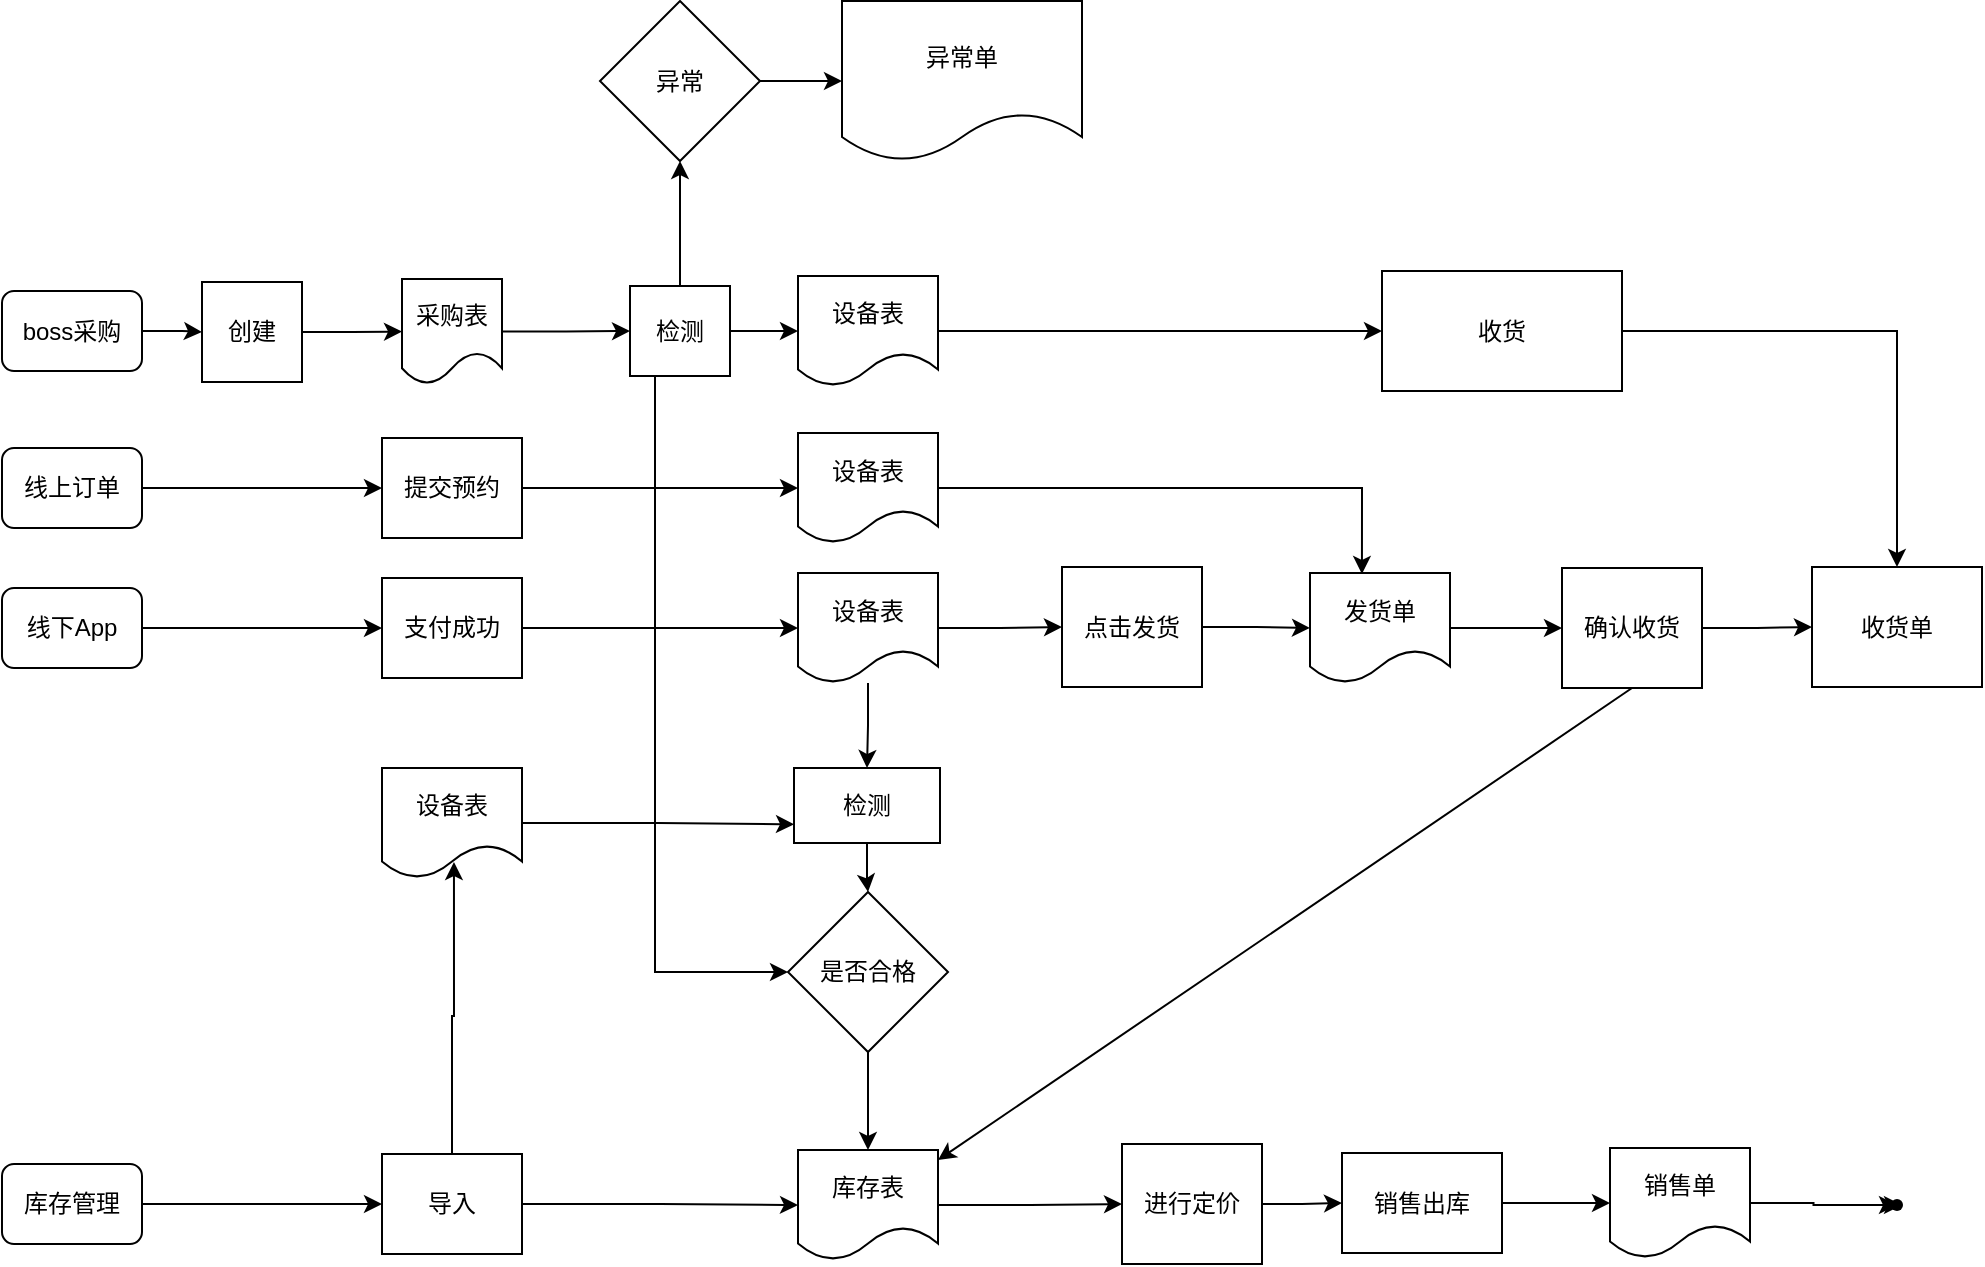
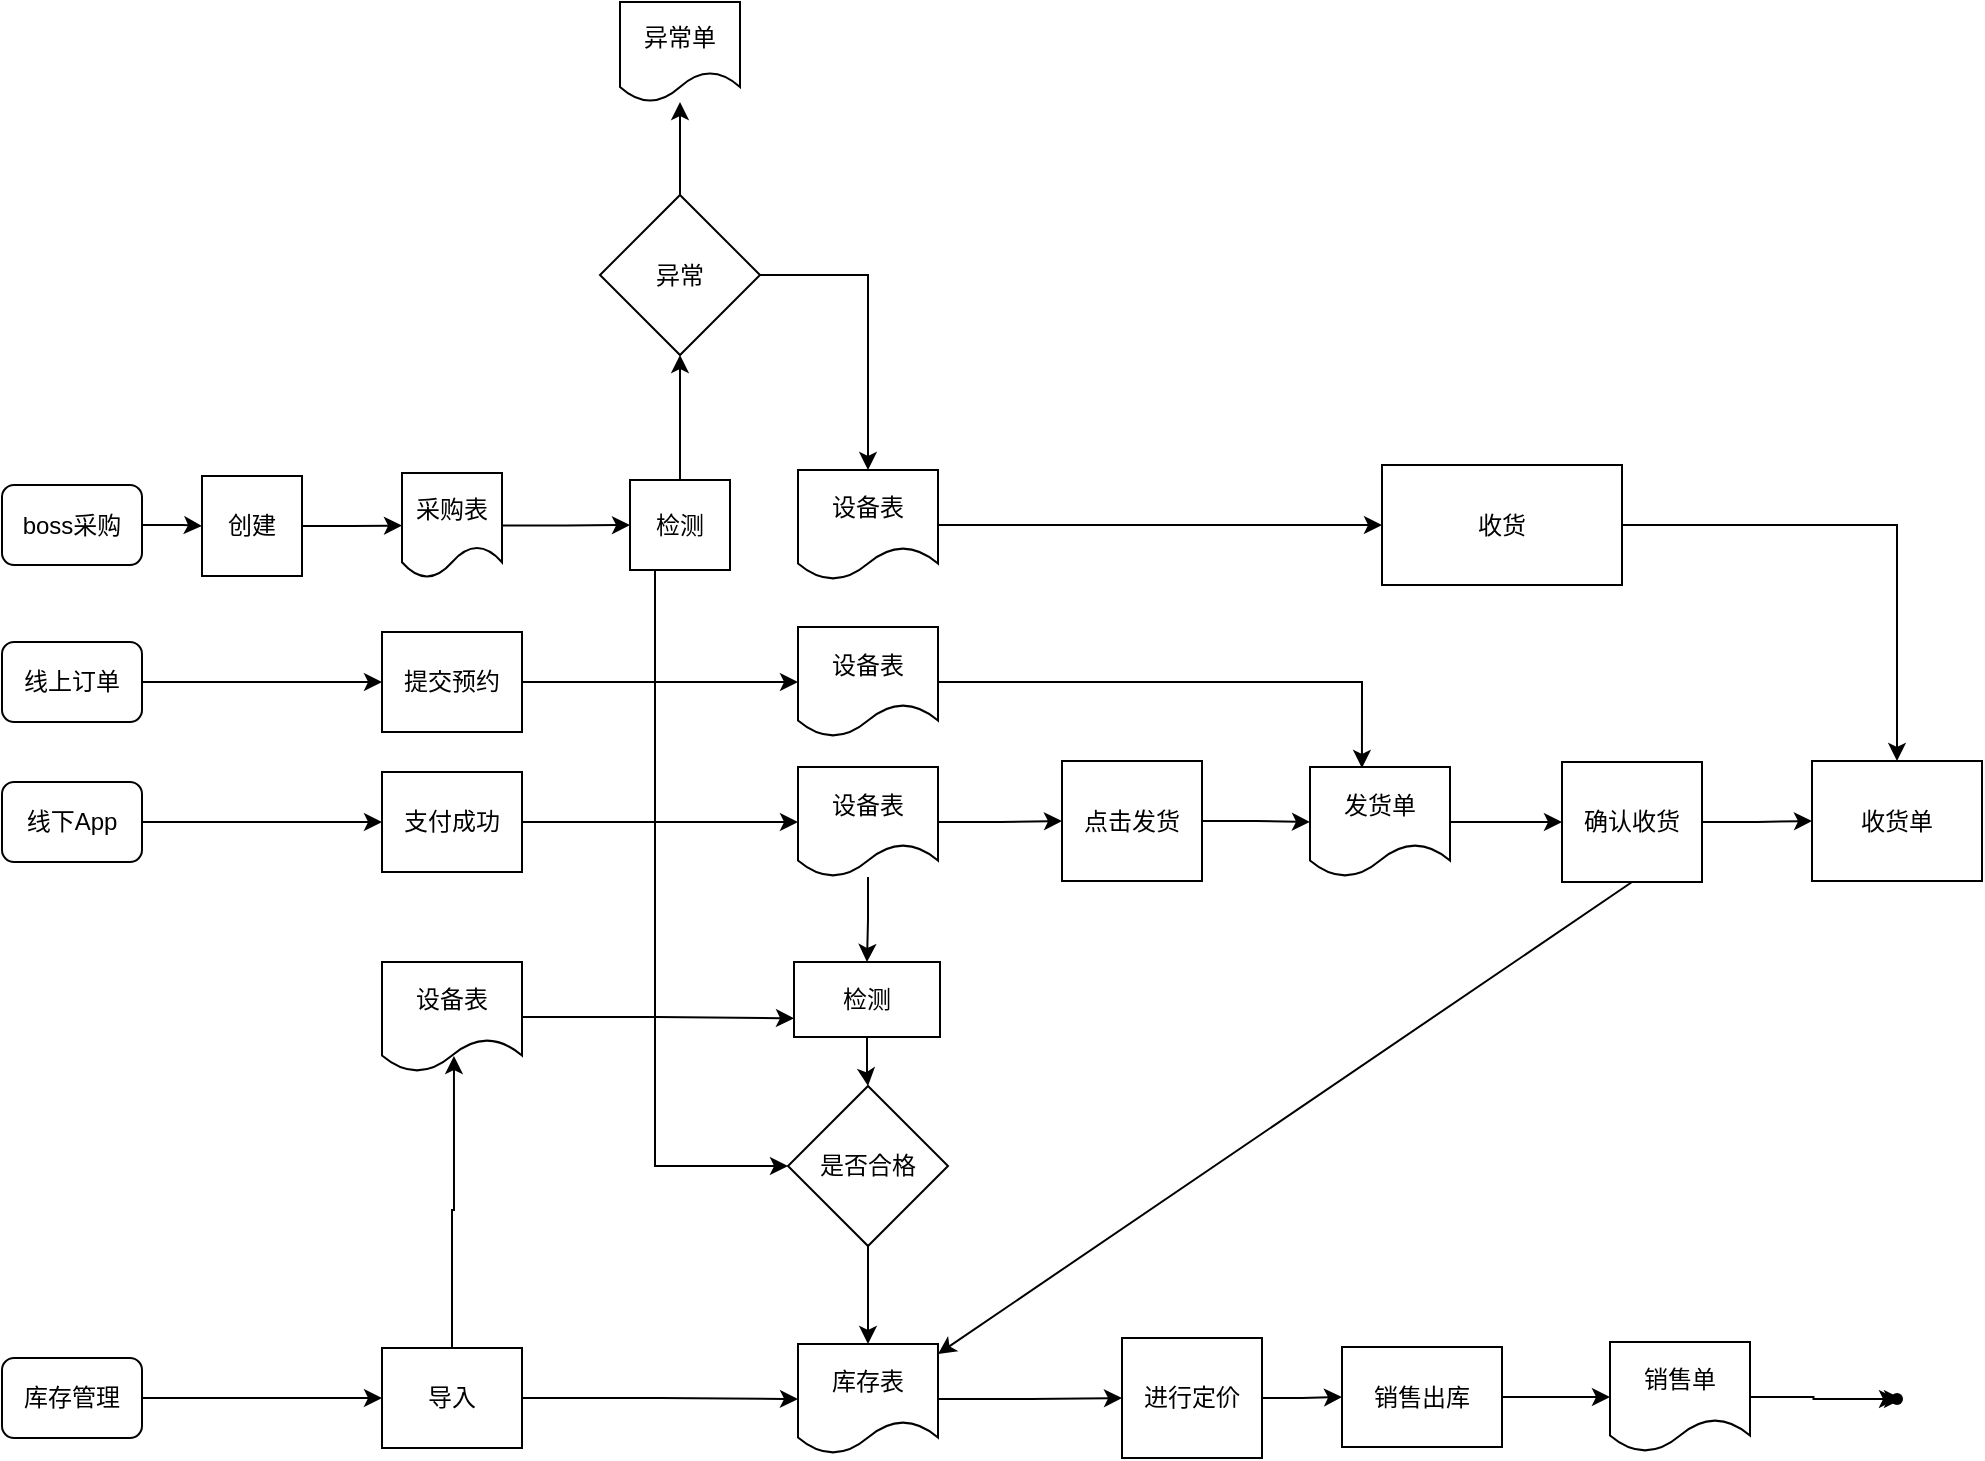
<mxfile host="app.diagrams.net">
  <diagram name="第 1 页" id="s3CgnVwbfZmktE_ADOAM">
    <mxGraphModel dx="1414" dy="1899" grid="1" gridSize="10" guides="1" tooltips="1" connect="1" arrows="1" fold="1" page="1" pageScale="1" pageWidth="827" pageHeight="1169" math="0" shadow="0">
      <root>
        <mxCell id="0" />
        <mxCell id="1" parent="0" />
        <mxCell id="9bAV4iDaCewVaVFpZhyE-6" edge="1" parent="1" source="9bAV4iDaCewVaVFpZhyE-1" style="edgeStyle=orthogonalEdgeStyle;rounded=0;orthogonalLoop=1;jettySize=auto;html=1;entryX=0;entryY=0.5;entryDx=0;entryDy=0;" target="9bAV4iDaCewVaVFpZhyE-5">
          <mxGeometry relative="1" as="geometry" />
        </mxCell>
        <mxCell id="9bAV4iDaCewVaVFpZhyE-1" parent="1" style="rounded=1;whiteSpace=wrap;html=1;" value="线上订单" vertex="1">
          <mxGeometry height="40" width="70" x="100" y="200" as="geometry" />
        </mxCell>
        <mxCell id="9bAV4iDaCewVaVFpZhyE-8" edge="1" parent="1" source="9bAV4iDaCewVaVFpZhyE-2" style="edgeStyle=orthogonalEdgeStyle;rounded=0;orthogonalLoop=1;jettySize=auto;html=1;entryX=0;entryY=0.5;entryDx=0;entryDy=0;" target="9bAV4iDaCewVaVFpZhyE-7">
          <mxGeometry relative="1" as="geometry" />
        </mxCell>
        <mxCell id="9bAV4iDaCewVaVFpZhyE-2" parent="1" style="rounded=1;whiteSpace=wrap;html=1;" value="线下App" vertex="1">
          <mxGeometry height="40" width="70" x="100" y="270" as="geometry" />
        </mxCell>
        <mxCell id="9bAV4iDaCewVaVFpZhyE-18" edge="1" parent="1" source="9bAV4iDaCewVaVFpZhyE-4" style="edgeStyle=orthogonalEdgeStyle;rounded=0;orthogonalLoop=1;jettySize=auto;html=1;entryX=0;entryY=0.5;entryDx=0;entryDy=0;" target="9bAV4iDaCewVaVFpZhyE-17">
          <mxGeometry relative="1" as="geometry" />
        </mxCell>
        <mxCell id="9bAV4iDaCewVaVFpZhyE-4" parent="1" style="rounded=1;whiteSpace=wrap;html=1;" value="boss采购" vertex="1">
          <mxGeometry height="40" width="70" x="100" y="121.5" as="geometry" />
        </mxCell>
        <mxCell id="9bAV4iDaCewVaVFpZhyE-13" edge="1" parent="1" source="9bAV4iDaCewVaVFpZhyE-5" style="edgeStyle=orthogonalEdgeStyle;rounded=0;orthogonalLoop=1;jettySize=auto;html=1;entryX=0;entryY=0.5;entryDx=0;entryDy=0;" target="9bAV4iDaCewVaVFpZhyE-10">
          <mxGeometry relative="1" as="geometry" />
        </mxCell>
        <mxCell id="9bAV4iDaCewVaVFpZhyE-5" parent="1" style="rounded=0;whiteSpace=wrap;html=1;" value="提交预约" vertex="1">
          <mxGeometry height="50" width="70" x="290" y="195" as="geometry" />
        </mxCell>
        <mxCell id="9bAV4iDaCewVaVFpZhyE-14" edge="1" parent="1" source="9bAV4iDaCewVaVFpZhyE-7" style="edgeStyle=orthogonalEdgeStyle;rounded=0;orthogonalLoop=1;jettySize=auto;html=1;entryX=0;entryY=0.5;entryDx=0;entryDy=0;" target="9bAV4iDaCewVaVFpZhyE-11">
          <mxGeometry relative="1" as="geometry" />
        </mxCell>
        <mxCell id="9bAV4iDaCewVaVFpZhyE-7" parent="1" style="rounded=0;whiteSpace=wrap;html=1;" value="支付成功" vertex="1">
          <mxGeometry height="50" width="70" x="290" y="265" as="geometry" />
        </mxCell>
-         <mxCell id="9bAV4iDaCewVaVFpZhyE-15" edge="1" parent="1" source="9bAV4iDaCewVaVFpZhyE-9" style="edgeStyle=orthogonalEdgeStyle;rounded=0;orthogonalLoop=1;jettySize=auto;html=1;entryX=0;entryY=0.5;entryDx=0;entryDy=0;exitX=1;exitY=0.5;exitDx=0;exitDy=0;" target="9bAV4iDaCewVaVFpZhyE-12">
-           <mxGeometry relative="1" as="geometry">
-             <mxPoint x="478" y="137" as="sourcePoint" />
-           </mxGeometry>
-         </mxCell>
        <mxCell id="GVKssT9AvyQaVMVPeHK4-17" edge="1" parent="1" source="9bAV4iDaCewVaVFpZhyE-9" style="edgeStyle=orthogonalEdgeStyle;rounded=0;orthogonalLoop=1;jettySize=auto;html=1;entryX=0;entryY=0.5;entryDx=0;entryDy=0;exitX=0.25;exitY=1;exitDx=0;exitDy=0;" target="GVKssT9AvyQaVMVPeHK4-10">
          <mxGeometry relative="1" as="geometry">
            <mxPoint x="413.5" y="161.5" as="sourcePoint" />
            <mxPoint x="438.5" y="482" as="targetPoint" />
          </mxGeometry>
        </mxCell>
        <mxCell id="GVKssT9AvyQaVMVPeHK4-57" edge="1" parent="1" source="9bAV4iDaCewVaVFpZhyE-9" style="edgeStyle=orthogonalEdgeStyle;rounded=0;orthogonalLoop=1;jettySize=auto;html=1;" target="GVKssT9AvyQaVMVPeHK4-56" value="">
          <mxGeometry relative="1" as="geometry" />
        </mxCell>
        <mxCell id="9bAV4iDaCewVaVFpZhyE-9" parent="1" style="rounded=0;whiteSpace=wrap;html=1;" value="检测" vertex="1">
          <mxGeometry height="45" width="50" x="414" y="119" as="geometry" />
        </mxCell>
        <mxCell id="9bAV4iDaCewVaVFpZhyE-10" parent="1" style="shape=document;whiteSpace=wrap;html=1;boundedLbl=1;" value="设备表" vertex="1">
          <mxGeometry height="55" width="70" x="498" y="192.5" as="geometry" />
        </mxCell>
        <mxCell id="GVKssT9AvyQaVMVPeHK4-16" edge="1" parent="1" source="9bAV4iDaCewVaVFpZhyE-11" style="edgeStyle=orthogonalEdgeStyle;rounded=0;orthogonalLoop=1;jettySize=auto;html=1;entryX=0.5;entryY=0;entryDx=0;entryDy=0;" target="GVKssT9AvyQaVMVPeHK4-11">
          <mxGeometry relative="1" as="geometry" />
        </mxCell>
        <mxCell id="GVKssT9AvyQaVMVPeHK4-46" edge="1" parent="1" source="9bAV4iDaCewVaVFpZhyE-11" style="edgeStyle=orthogonalEdgeStyle;rounded=0;orthogonalLoop=1;jettySize=auto;html=1;entryX=0;entryY=0.5;entryDx=0;entryDy=0;" target="GVKssT9AvyQaVMVPeHK4-45">
          <mxGeometry relative="1" as="geometry" />
        </mxCell>
        <mxCell id="9bAV4iDaCewVaVFpZhyE-11" parent="1" style="shape=document;whiteSpace=wrap;html=1;boundedLbl=1;" value="设备表" vertex="1">
          <mxGeometry height="55" width="70" x="498" y="262.5" as="geometry" />
        </mxCell>
        <mxCell id="GVKssT9AvyQaVMVPeHK4-54" edge="1" parent="1" source="9bAV4iDaCewVaVFpZhyE-12" style="edgeStyle=orthogonalEdgeStyle;rounded=0;orthogonalLoop=1;jettySize=auto;html=1;" target="GVKssT9AvyQaVMVPeHK4-53" value="">
          <mxGeometry relative="1" as="geometry" />
        </mxCell>
        <mxCell id="9bAV4iDaCewVaVFpZhyE-12" parent="1" style="shape=document;whiteSpace=wrap;html=1;boundedLbl=1;" value="设备表" vertex="1">
          <mxGeometry height="55" width="70" x="498" y="114" as="geometry" />
        </mxCell>
        <mxCell id="9bAV4iDaCewVaVFpZhyE-20" edge="1" parent="1" source="9bAV4iDaCewVaVFpZhyE-17" style="edgeStyle=orthogonalEdgeStyle;rounded=0;orthogonalLoop=1;jettySize=auto;html=1;entryX=0;entryY=0.5;entryDx=0;entryDy=0;" target="9bAV4iDaCewVaVFpZhyE-19">
          <mxGeometry relative="1" as="geometry" />
        </mxCell>
        <mxCell id="9bAV4iDaCewVaVFpZhyE-17" parent="1" style="rounded=0;whiteSpace=wrap;html=1;" value="创建" vertex="1">
          <mxGeometry height="50" width="50" x="200" y="117" as="geometry" />
        </mxCell>
        <mxCell id="9bAV4iDaCewVaVFpZhyE-21" edge="1" parent="1" source="9bAV4iDaCewVaVFpZhyE-19" style="edgeStyle=orthogonalEdgeStyle;rounded=0;orthogonalLoop=1;jettySize=auto;html=1;entryX=0;entryY=0.5;entryDx=0;entryDy=0;" target="9bAV4iDaCewVaVFpZhyE-9">
          <mxGeometry relative="1" as="geometry" />
        </mxCell>
        <mxCell id="9bAV4iDaCewVaVFpZhyE-19" parent="1" style="shape=document;whiteSpace=wrap;html=1;boundedLbl=1;" value="采购表" vertex="1">
          <mxGeometry height="52.5" width="50" x="300" y="115.5" as="geometry" />
        </mxCell>
        <mxCell id="GVKssT9AvyQaVMVPeHK4-5" edge="1" parent="1" source="GVKssT9AvyQaVMVPeHK4-11" style="edgeStyle=orthogonalEdgeStyle;rounded=0;orthogonalLoop=1;jettySize=auto;html=1;entryX=0.5;entryY=0;entryDx=0;entryDy=0;" target="GVKssT9AvyQaVMVPeHK4-10" value="">
          <mxGeometry relative="1" as="geometry">
            <mxPoint x="780" y="252.5" as="sourcePoint" />
            <mxPoint x="700" y="370" as="targetPoint" />
          </mxGeometry>
        </mxCell>
        <mxCell id="GVKssT9AvyQaVMVPeHK4-12" edge="1" parent="1" source="GVKssT9AvyQaVMVPeHK4-10" style="edgeStyle=orthogonalEdgeStyle;rounded=0;orthogonalLoop=1;jettySize=auto;html=1;entryX=0.5;entryY=0;entryDx=0;entryDy=0;" target="GVKssT9AvyQaVMVPeHK4-13" value="">
          <mxGeometry relative="1" as="geometry">
            <mxPoint x="950" y="251.29999999999995" as="targetPoint" />
          </mxGeometry>
        </mxCell>
        <mxCell id="GVKssT9AvyQaVMVPeHK4-10" parent="1" style="rhombus;whiteSpace=wrap;html=1;" value="是否合格" vertex="1">
          <mxGeometry height="80" width="80" x="493" y="422" as="geometry" />
        </mxCell>
        <mxCell id="GVKssT9AvyQaVMVPeHK4-11" parent="1" style="rounded=0;whiteSpace=wrap;html=1;" value="&lt;span style=&quot;text-align: left;&quot;&gt;检测&lt;/span&gt;" vertex="1">
          <mxGeometry height="37.5" width="73" x="496" y="360" as="geometry" />
        </mxCell>
        <mxCell id="GVKssT9AvyQaVMVPeHK4-60" edge="1" parent="1" source="GVKssT9AvyQaVMVPeHK4-13" style="edgeStyle=orthogonalEdgeStyle;rounded=0;orthogonalLoop=1;jettySize=auto;html=1;" target="GVKssT9AvyQaVMVPeHK4-19" value="">
          <mxGeometry relative="1" as="geometry" />
        </mxCell>
        <mxCell id="GVKssT9AvyQaVMVPeHK4-13" parent="1" style="shape=document;whiteSpace=wrap;html=1;boundedLbl=1;" value="库存表" vertex="1">
          <mxGeometry height="55" width="70" x="498" y="551" as="geometry" />
        </mxCell>
        <mxCell id="GVKssT9AvyQaVMVPeHK4-22" edge="1" parent="1" source="GVKssT9AvyQaVMVPeHK4-19" style="edgeStyle=orthogonalEdgeStyle;rounded=0;orthogonalLoop=1;jettySize=auto;html=1;" target="GVKssT9AvyQaVMVPeHK4-21" value="">
          <mxGeometry relative="1" as="geometry" />
        </mxCell>
        <mxCell id="GVKssT9AvyQaVMVPeHK4-19" parent="1" style="rounded=0;whiteSpace=wrap;html=1;" value="进行定价" vertex="1">
          <mxGeometry height="60" width="70" x="660" y="548" as="geometry" />
        </mxCell>
        <mxCell id="GVKssT9AvyQaVMVPeHK4-25" edge="1" parent="1" source="GVKssT9AvyQaVMVPeHK4-21" style="edgeStyle=orthogonalEdgeStyle;rounded=0;orthogonalLoop=1;jettySize=auto;html=1;" target="GVKssT9AvyQaVMVPeHK4-24" value="">
          <mxGeometry relative="1" as="geometry" />
        </mxCell>
        <mxCell id="GVKssT9AvyQaVMVPeHK4-21" parent="1" style="whiteSpace=wrap;html=1;rounded=0;" value="销售出库" vertex="1">
          <mxGeometry height="50" width="80" x="770" y="552.5" as="geometry" />
        </mxCell>
        <mxCell id="GVKssT9AvyQaVMVPeHK4-62" edge="1" parent="1" source="GVKssT9AvyQaVMVPeHK4-61" style="edgeStyle=orthogonalEdgeStyle;rounded=0;orthogonalLoop=1;jettySize=auto;html=1;" value="">
          <mxGeometry relative="1" as="geometry">
            <mxPoint x="1050" y="578" as="targetPoint" />
          </mxGeometry>
        </mxCell>
        <mxCell id="GVKssT9AvyQaVMVPeHK4-24" parent="1" style="shape=document;whiteSpace=wrap;html=1;boundedLbl=1;" value="销售单" vertex="1">
          <mxGeometry height="55" width="70" x="904" y="550" as="geometry" />
        </mxCell>
        <mxCell id="GVKssT9AvyQaVMVPeHK4-50" edge="1" parent="1" source="GVKssT9AvyQaVMVPeHK4-26" style="edgeStyle=orthogonalEdgeStyle;rounded=0;orthogonalLoop=1;jettySize=auto;html=1;" target="GVKssT9AvyQaVMVPeHK4-49" value="">
          <mxGeometry relative="1" as="geometry" />
        </mxCell>
        <mxCell id="GVKssT9AvyQaVMVPeHK4-26" parent="1" style="shape=document;whiteSpace=wrap;html=1;boundedLbl=1;" value="发货单" vertex="1">
          <mxGeometry height="55" width="70" x="754" y="262.5" as="geometry" />
        </mxCell>
        <mxCell id="GVKssT9AvyQaVMVPeHK4-30" edge="1" parent="1" source="9bAV4iDaCewVaVFpZhyE-2" style="edgeStyle=orthogonalEdgeStyle;rounded=0;orthogonalLoop=1;jettySize=auto;html=1;exitX=0.5;exitY=1;exitDx=0;exitDy=0;" target="9bAV4iDaCewVaVFpZhyE-2">
          <mxGeometry relative="1" as="geometry" />
        </mxCell>
        <mxCell id="GVKssT9AvyQaVMVPeHK4-31" edge="1" parent="1" style="edgeStyle=orthogonalEdgeStyle;rounded=0;orthogonalLoop=1;jettySize=auto;html=1;exitX=0.5;exitY=1;exitDx=0;exitDy=0;">
          <mxGeometry relative="1" as="geometry">
            <mxPoint x="200" y="390" as="sourcePoint" />
            <mxPoint x="200" y="390" as="targetPoint" />
          </mxGeometry>
        </mxCell>
        <mxCell id="GVKssT9AvyQaVMVPeHK4-34" edge="1" parent="1" source="GVKssT9AvyQaVMVPeHK4-32" style="edgeStyle=orthogonalEdgeStyle;rounded=0;orthogonalLoop=1;jettySize=auto;html=1;entryX=0;entryY=0.5;entryDx=0;entryDy=0;" target="GVKssT9AvyQaVMVPeHK4-33">
          <mxGeometry relative="1" as="geometry" />
        </mxCell>
        <mxCell id="GVKssT9AvyQaVMVPeHK4-32" parent="1" style="rounded=1;whiteSpace=wrap;html=1;" value="库存管理" vertex="1">
          <mxGeometry height="40" width="70" x="100" y="558" as="geometry" />
        </mxCell>
        <mxCell id="GVKssT9AvyQaVMVPeHK4-35" edge="1" parent="1" source="GVKssT9AvyQaVMVPeHK4-33" style="edgeStyle=orthogonalEdgeStyle;rounded=0;orthogonalLoop=1;jettySize=auto;html=1;entryX=0;entryY=0.5;entryDx=0;entryDy=0;" target="GVKssT9AvyQaVMVPeHK4-13">
          <mxGeometry relative="1" as="geometry" />
        </mxCell>
        <mxCell id="GVKssT9AvyQaVMVPeHK4-33" parent="1" style="rounded=0;whiteSpace=wrap;html=1;" value="导入" vertex="1">
          <mxGeometry height="50" width="70" x="290" y="553" as="geometry" />
        </mxCell>
        <mxCell id="GVKssT9AvyQaVMVPeHK4-39" edge="1" parent="1" style="edgeStyle=orthogonalEdgeStyle;rounded=0;orthogonalLoop=1;jettySize=auto;html=1;exitX=0.5;exitY=1;exitDx=0;exitDy=0;">
          <mxGeometry relative="1" as="geometry">
            <mxPoint x="135" y="599" as="sourcePoint" />
            <mxPoint x="135" y="599" as="targetPoint" />
          </mxGeometry>
        </mxCell>
        <mxCell id="GVKssT9AvyQaVMVPeHK4-42" edge="1" parent="1" source="GVKssT9AvyQaVMVPeHK4-40" style="edgeStyle=orthogonalEdgeStyle;rounded=0;orthogonalLoop=1;jettySize=auto;html=1;entryX=0;entryY=0.75;entryDx=0;entryDy=0;" target="GVKssT9AvyQaVMVPeHK4-11">
          <mxGeometry relative="1" as="geometry" />
        </mxCell>
        <mxCell id="GVKssT9AvyQaVMVPeHK4-40" parent="1" style="shape=document;whiteSpace=wrap;html=1;boundedLbl=1;" value="设备表" vertex="1">
          <mxGeometry height="55" width="70" x="290" y="360" as="geometry" />
        </mxCell>
        <mxCell id="GVKssT9AvyQaVMVPeHK4-41" edge="1" parent="1" source="GVKssT9AvyQaVMVPeHK4-33" style="edgeStyle=orthogonalEdgeStyle;rounded=0;orthogonalLoop=1;jettySize=auto;html=1;entryX=0.514;entryY=0.855;entryDx=0;entryDy=0;entryPerimeter=0;" target="GVKssT9AvyQaVMVPeHK4-40">
          <mxGeometry relative="1" as="geometry" />
        </mxCell>
        <mxCell id="GVKssT9AvyQaVMVPeHK4-47" edge="1" parent="1" source="GVKssT9AvyQaVMVPeHK4-45" style="edgeStyle=orthogonalEdgeStyle;rounded=0;orthogonalLoop=1;jettySize=auto;html=1;entryX=0;entryY=0.5;entryDx=0;entryDy=0;" target="GVKssT9AvyQaVMVPeHK4-26">
          <mxGeometry relative="1" as="geometry" />
        </mxCell>
        <mxCell id="GVKssT9AvyQaVMVPeHK4-45" parent="1" style="rounded=0;whiteSpace=wrap;html=1;" value="点击发货" vertex="1">
          <mxGeometry height="60" width="70" x="630" y="259.5" as="geometry" />
        </mxCell>
        <mxCell id="GVKssT9AvyQaVMVPeHK4-48" edge="1" parent="1" source="9bAV4iDaCewVaVFpZhyE-10" style="edgeStyle=orthogonalEdgeStyle;rounded=0;orthogonalLoop=1;jettySize=auto;html=1;entryX=0.371;entryY=0.009;entryDx=0;entryDy=0;entryPerimeter=0;" target="GVKssT9AvyQaVMVPeHK4-26">
          <mxGeometry relative="1" as="geometry" />
        </mxCell>
        <mxCell id="GVKssT9AvyQaVMVPeHK4-52" edge="1" parent="1" source="GVKssT9AvyQaVMVPeHK4-49" style="edgeStyle=orthogonalEdgeStyle;rounded=0;orthogonalLoop=1;jettySize=auto;html=1;" target="GVKssT9AvyQaVMVPeHK4-51" value="">
          <mxGeometry relative="1" as="geometry" />
        </mxCell>
        <mxCell id="GVKssT9AvyQaVMVPeHK4-49" parent="1" style="whiteSpace=wrap;html=1;" value="确认收货" vertex="1">
          <mxGeometry height="60" width="70" x="880" y="260" as="geometry" />
        </mxCell>
        <mxCell id="GVKssT9AvyQaVMVPeHK4-51" parent="1" style="whiteSpace=wrap;html=1;" value="收货单" vertex="1">
          <mxGeometry height="60" width="85" x="1005" y="259.5" as="geometry" />
        </mxCell>
        <mxCell id="GVKssT9AvyQaVMVPeHK4-55" edge="1" parent="1" source="GVKssT9AvyQaVMVPeHK4-53" style="edgeStyle=orthogonalEdgeStyle;rounded=0;orthogonalLoop=1;jettySize=auto;html=1;entryX=0.5;entryY=0;entryDx=0;entryDy=0;" target="GVKssT9AvyQaVMVPeHK4-51">
          <mxGeometry relative="1" as="geometry" />
        </mxCell>
        <mxCell id="GVKssT9AvyQaVMVPeHK4-53" parent="1" style="whiteSpace=wrap;html=1;" value="收货" vertex="1">
          <mxGeometry height="60" width="120" x="790" y="111.5" as="geometry" />
        </mxCell>
        <mxCell id="GVKssT9AvyQaVMVPeHK4-59" edge="1" parent="1" source="GVKssT9AvyQaVMVPeHK4-56" style="edgeStyle=orthogonalEdgeStyle;rounded=0;orthogonalLoop=1;jettySize=auto;html=1;" target="GVKssT9AvyQaVMVPeHK4-58" value="">
          <mxGeometry relative="1" as="geometry" />
        </mxCell>
+         <mxCell id="GVKssT9AvyQaVMVPeHK4-66" edge="1" parent="1" source="GVKssT9AvyQaVMVPeHK4-56" style="edgeStyle=orthogonalEdgeStyle;rounded=0;orthogonalLoop=1;jettySize=auto;html=1;" target="9bAV4iDaCewVaVFpZhyE-12">
+           <mxGeometry relative="1" as="geometry" />
+         </mxCell>
        <mxCell id="GVKssT9AvyQaVMVPeHK4-56" parent="1" style="rhombus;whiteSpace=wrap;html=1;rounded=0;" value="异常" vertex="1">
          <mxGeometry height="80" width="80" x="399" y="-23.5" as="geometry" />
        </mxCell>
        <mxCell id="GVKssT9AvyQaVMVPeHK4-58" parent="1" style="shape=document;whiteSpace=wrap;html=1;boundedLbl=1;rounded=0;" value="异常单" vertex="1">
-           <mxGeometry height="80" width="120" x="520" y="-23.5" as="geometry" />
+           <mxGeometry height="50" width="60" x="409" y="-120" as="geometry" />
        </mxCell>
        <mxCell id="GVKssT9AvyQaVMVPeHK4-64" edge="1" parent="1" source="GVKssT9AvyQaVMVPeHK4-49" style="rounded=0;orthogonalLoop=1;jettySize=auto;html=1;entryX=1;entryY=0.091;entryDx=0;entryDy=0;entryPerimeter=0;exitX=0.5;exitY=1;exitDx=0;exitDy=0;" target="GVKssT9AvyQaVMVPeHK4-13">
          <mxGeometry relative="1" as="geometry">
            <mxPoint x="974" y="320.02" as="sourcePoint" />
            <mxPoint x="623.99" y="553" as="targetPoint" />
          </mxGeometry>
        </mxCell>
        <mxCell id="GVKssT9AvyQaVMVPeHK4-65" edge="1" parent="1" source="GVKssT9AvyQaVMVPeHK4-24" style="edgeStyle=orthogonalEdgeStyle;rounded=0;orthogonalLoop=1;jettySize=auto;html=1;" target="GVKssT9AvyQaVMVPeHK4-61" value="">
          <mxGeometry relative="1" as="geometry">
            <mxPoint x="974" y="578" as="sourcePoint" />
            <mxPoint x="1050" y="578" as="targetPoint" />
          </mxGeometry>
        </mxCell>
        <mxCell id="GVKssT9AvyQaVMVPeHK4-61" parent="1" style="shape=waypoint;sketch=0;size=6;pointerEvents=1;points=[];fillColor=default;resizable=0;rotatable=0;perimeter=centerPerimeter;snapToPoint=1;" value="" vertex="1">
          <mxGeometry height="20" width="20" x="1037.5" y="568.5" as="geometry" />
        </mxCell>
      </root>
    </mxGraphModel>
  </diagram>
</mxfile>
